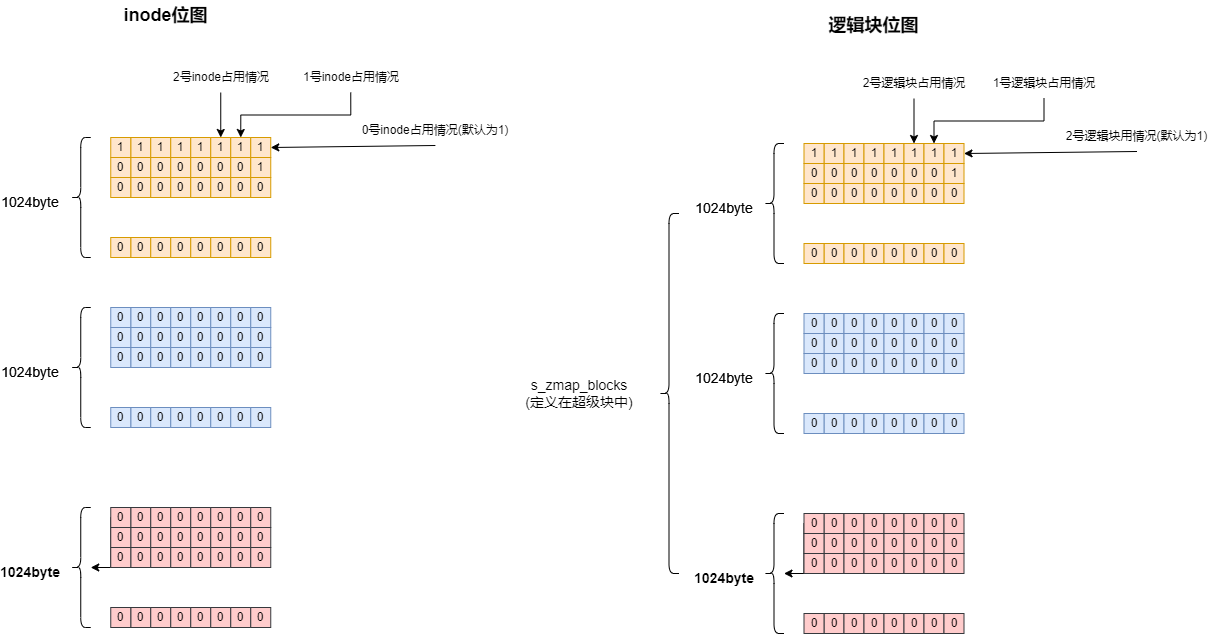
zgjsxx/static-img-repo keeps this draw.io diagram as blog/Linux/Linux-0.11-fs/inode_map.drawio.png. Above is the earlier version. Source tidied: cells renumbered, new cells last; positions are measured from the earlier drawing's top-left corner, leaving out a move shared by most shapes.
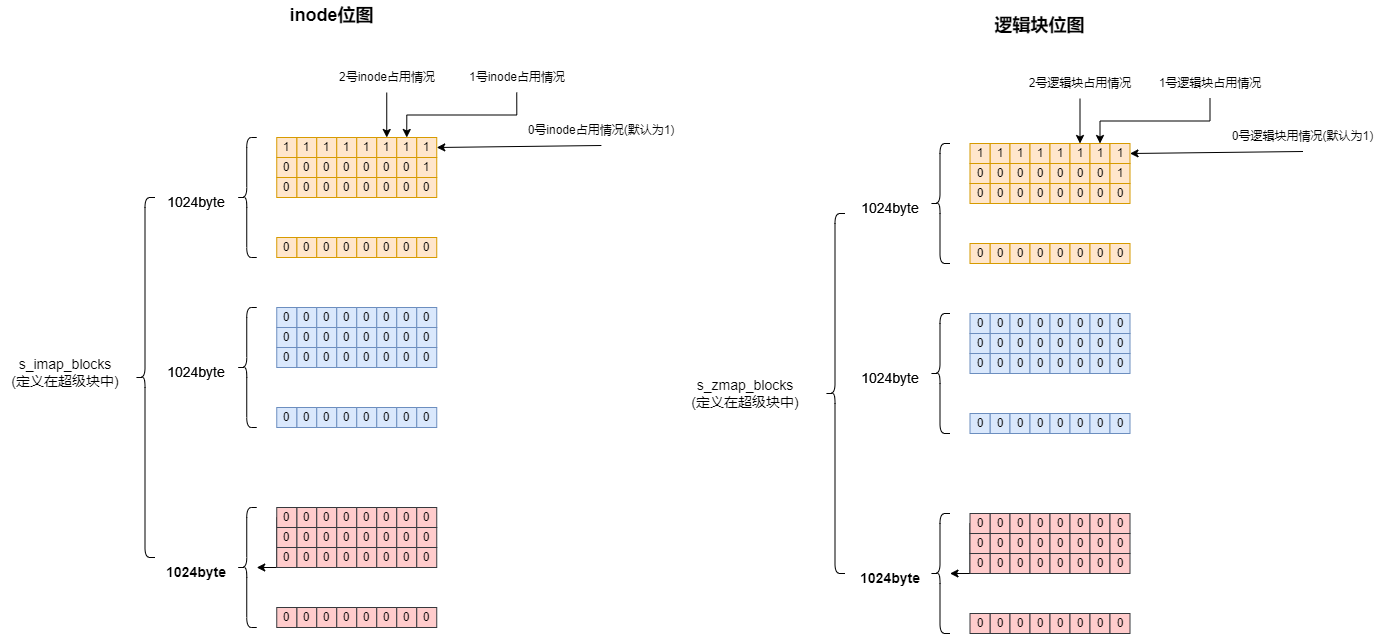
The same diagram one commit later.

What changed in the source:
```diff
@@ -104,9 +104,9 @@
     <mxCell id="35" value="0" style="rounded=0;whiteSpace=wrap;html=1;fillColor=#ffe6cc;strokeColor=#d79b00;" parent="1" vertex="1">
       <mxGeometry x="110.2" y="237" width="20" height="20" as="geometry" />
     </mxCell>
-    <mxCell id="36" value="1024byte" style="text;strokeColor=none;align=center;fillColor=none;html=1;verticalAlign=middle;whiteSpace=wrap;rounded=0;fontSize=14;" parent="1" vertex="1">
-      <mxGeometry x="0.2" y="187" width="60" height="30" as="geometry" />
-    </mxCell>
+    <mxCell id="228" value="1024byte" style="text;strokeColor=none;align=center;fillColor=none;html=1;verticalAlign=middle;whiteSpace=wrap;rounded=0;fontSize=14;" parent="1" vertex="1">
+      <mxGeometry x="0.2" y="187" width="60" height="30" as="geometry" />
+    </mxCell>
     <mxCell id="37" value="0" style="rounded=0;whiteSpace=wrap;html=1;fillColor=#dae8fc;strokeColor=#6c8ebf;" parent="1" vertex="1">
       <mxGeometry x="130.2" y="307" width="20" height="20" as="geometry" />
     </mxCell>
@@ -206,9 +206,9 @@
     <mxCell id="69" value="0" style="rounded=0;whiteSpace=wrap;html=1;fillColor=#dae8fc;strokeColor=#6c8ebf;" parent="1" vertex="1">
       <mxGeometry x="110.2" y="407" width="20" height="20" as="geometry" />
     </mxCell>
-    <mxCell id="70" value="1024byte" style="text;strokeColor=none;align=center;fillColor=none;html=1;verticalAlign=middle;whiteSpace=wrap;rounded=0;fontSize=14;" parent="1" vertex="1">
-      <mxGeometry x="0.2" y="357" width="60" height="30" as="geometry" />
-    </mxCell>
+    <mxCell id="229" value="1024byte" style="text;strokeColor=none;align=center;fillColor=none;html=1;verticalAlign=middle;whiteSpace=wrap;rounded=0;fontSize=14;" parent="1" vertex="1">
+      <mxGeometry x="0.2" y="357" width="60" height="30" as="geometry" />
+    </mxCell>
     <mxCell id="71" style="edgeStyle=orthogonalEdgeStyle;rounded=0;jettySize=auto;html=1;fontSize=14;" parent="1" edge="1" source="72" target="96">
       <mxGeometry relative="1" as="geometry" />
     </mxCell>
@@ -317,12 +317,12 @@
     <mxCell id="106" value="&lt;b&gt;&lt;font style=&quot;font-size: 18px;&quot;&gt;inode位图&lt;/font&gt;&lt;/b&gt;" style="text;strokeColor=none;align=center;fillColor=none;html=1;verticalAlign=middle;whiteSpace=wrap;rounded=0;fontSize=14;" parent="1" vertex="1">
       <mxGeometry x="70.2" width="191" height="30" as="geometry" />
     </mxCell>
-    <mxCell id="107" value="1024byte" style="text;strokeColor=none;align=center;fillColor=none;html=1;verticalAlign=middle;whiteSpace=wrap;rounded=0;fontSize=14;" parent="1" vertex="1">
-      <mxGeometry x="0.2" y="357" width="60" height="30" as="geometry" />
-    </mxCell>
-    <mxCell id="108" value="1024byte" style="text;strokeColor=none;align=center;fillColor=none;html=1;verticalAlign=middle;whiteSpace=wrap;rounded=0;fontSize=14;" parent="1" vertex="1">
-      <mxGeometry x="0.2" y="187" width="60" height="30" as="geometry" />
-    </mxCell>
+    <mxCell id="230" value="1024byte" style="text;strokeColor=none;align=center;fillColor=none;html=1;verticalAlign=middle;whiteSpace=wrap;rounded=0;fontSize=14;" parent="1" vertex="1">
+      <mxGeometry x="0.2" y="357" width="60" height="30" as="geometry" />
+    </mxCell>
+    <mxCell id="231" value="1024byte" style="text;strokeColor=none;align=center;fillColor=none;html=1;verticalAlign=middle;whiteSpace=wrap;rounded=0;fontSize=14;" parent="1" vertex="1">
+      <mxGeometry x="0.2" y="187" width="60" height="30" as="geometry" />
+    </mxCell>
     <mxCell id="109" value="0号inode占用情况(默认为1)" style="text;strokeColor=none;align=center;fillColor=none;html=1;verticalAlign=middle;whiteSpace=wrap;rounded=0;" parent="1" vertex="1">
       <mxGeometry x="355.8" y="115" width="158.2" height="30" as="geometry" />
     </mxCell>
@@ -440,9 +440,9 @@
     <mxCell id="147" value="0" style="rounded=0;whiteSpace=wrap;html=1;fillColor=#ffe6cc;strokeColor=#d79b00;" parent="1" vertex="1">
       <mxGeometry x="803.5" y="243" width="20" height="20" as="geometry" />
     </mxCell>
-    <mxCell id="148" value="1024byte" style="text;strokeColor=none;align=center;fillColor=none;html=1;verticalAlign=middle;whiteSpace=wrap;rounded=0;fontSize=14;" parent="1" vertex="1">
-      <mxGeometry x="693.5" y="193" width="60" height="30" as="geometry" />
-    </mxCell>
+    <mxCell id="232" value="1024byte" style="text;strokeColor=none;align=center;fillColor=none;html=1;verticalAlign=middle;whiteSpace=wrap;rounded=0;fontSize=14;" parent="1" vertex="1">
+      <mxGeometry x="693.5" y="193" width="60" height="30" as="geometry" />
+    </mxCell>
     <mxCell id="149" value="0" style="rounded=0;whiteSpace=wrap;html=1;fillColor=#dae8fc;strokeColor=#6c8ebf;" parent="1" vertex="1">
       <mxGeometry x="823.5" y="313" width="20" height="20" as="geometry" />
     </mxCell>
@@ -542,9 +542,9 @@
     <mxCell id="181" value="0" style="rounded=0;whiteSpace=wrap;html=1;fillColor=#dae8fc;strokeColor=#6c8ebf;" parent="1" vertex="1">
       <mxGeometry x="803.5" y="413" width="20" height="20" as="geometry" />
     </mxCell>
-    <mxCell id="182" value="1024byte" style="text;strokeColor=none;align=center;fillColor=none;html=1;verticalAlign=middle;whiteSpace=wrap;rounded=0;fontSize=14;" parent="1" vertex="1">
-      <mxGeometry x="693.5" y="363" width="60" height="30" as="geometry" />
-    </mxCell>
+    <mxCell id="233" value="1024byte" style="text;strokeColor=none;align=center;fillColor=none;html=1;verticalAlign=middle;whiteSpace=wrap;rounded=0;fontSize=14;" parent="1" vertex="1">
+      <mxGeometry x="693.5" y="363" width="60" height="30" as="geometry" />
+    </mxCell>
     <mxCell id="183" style="edgeStyle=orthogonalEdgeStyle;rounded=0;jettySize=auto;html=1;fontSize=14;" parent="1" edge="1" source="184" target="208">
       <mxGeometry relative="1" as="geometry" />
     </mxCell>
@@ -653,24 +653,24 @@
     <mxCell id="218" style="shape=curlyBracket;whiteSpace=wrap;html=1;rounded=1;labelPosition=left;verticalLabelPosition=middle;align=right;verticalAlign=middle;fontSize=14;" parent="1" vertex="1">
       <mxGeometry x="658.5" y="213" width="20" height="360" as="geometry" />
     </mxCell>
-    <mxCell id="219" value="1024byte" style="text;strokeColor=none;align=center;fillColor=none;html=1;verticalAlign=middle;whiteSpace=wrap;rounded=0;fontSize=14;" parent="1" vertex="1">
-      <mxGeometry x="693.5" y="363" width="60" height="30" as="geometry" />
-    </mxCell>
-    <mxCell id="220" value="1024byte" style="text;strokeColor=none;align=center;fillColor=none;html=1;verticalAlign=middle;whiteSpace=wrap;rounded=0;fontSize=14;" parent="1" vertex="1">
-      <mxGeometry x="693.5" y="193" width="60" height="30" as="geometry" />
-    </mxCell>
-    <mxCell id="221" value="2号逻辑块用情况(默认为1)" style="text;strokeColor=none;align=center;fillColor=none;html=1;verticalAlign=middle;whiteSpace=wrap;rounded=0;" parent="1" vertex="1">
-      <mxGeometry x="1049" y="121" width="175" height="30" as="geometry" />
-    </mxCell>
+    <mxCell id="234" value="1024byte" style="text;strokeColor=none;align=center;fillColor=none;html=1;verticalAlign=middle;whiteSpace=wrap;rounded=0;fontSize=14;" parent="1" vertex="1">
+      <mxGeometry x="693.5" y="363" width="60" height="30" as="geometry" />
+    </mxCell>
+    <mxCell id="235" value="1024byte" style="text;strokeColor=none;align=center;fillColor=none;html=1;verticalAlign=middle;whiteSpace=wrap;rounded=0;fontSize=14;" parent="1" vertex="1">
+      <mxGeometry x="693.5" y="193" width="60" height="30" as="geometry" />
+    </mxCell>
+    <mxCell id="236" value="0号逻辑块用情况(默认为1)" style="text;strokeColor=none;align=center;fillColor=none;html=1;verticalAlign=middle;whiteSpace=wrap;rounded=0;" parent="1" vertex="1">
+      <mxGeometry x="1049" y="121" width="175" height="30" as="geometry" />
+    </mxCell>
     <mxCell id="222" style="edgeStyle=orthogonalEdgeStyle;rounded=0;jettySize=auto;html=1;exitX=0.5;exitY=1;exitDx=0;exitDy=0;entryX=0.5;entryY=0;entryDx=0;entryDy=0;" parent="1" edge="1" source="223" target="120">
       <mxGeometry relative="1" as="geometry" />
     </mxCell>
     <mxCell id="223" value="1号逻辑块占用情况" style="text;strokeColor=none;align=center;fillColor=none;html=1;verticalAlign=middle;whiteSpace=wrap;rounded=0;" parent="1" vertex="1">
       <mxGeometry x="990.8" y="68" width="105.5" height="30" as="geometry" />
     </mxCell>
-    <mxCell id="224" style="endArrow=classic;html=1;rounded=0;exitX=0.5;exitY=1;exitDx=0;exitDy=0;entryX=1;entryY=0.5;entryDx=0;entryDy=0;" parent="1" edge="1" source="221" target="121">
-      <mxGeometry relative="1" as="geometry" />
-    </mxCell>
+    <mxCell id="237" style="endArrow=classic;html=1;rounded=0;exitX=0.5;exitY=1;exitDx=0;exitDy=0;entryX=1;entryY=0.5;entryDx=0;entryDy=0;" parent="1" edge="1" source="236" target="121">
+      <mxGeometry relative="1" as="geometry" />
+    </mxCell>
     <mxCell id="225" value="2号逻辑块占用情况" style="text;strokeColor=none;align=center;fillColor=none;html=1;verticalAlign=middle;whiteSpace=wrap;rounded=0;" parent="1" vertex="1">
       <mxGeometry x="860.8" y="68" width="105.5" height="30" as="geometry" />
     </mxCell>
@@ -680,5 +680,11 @@
     <mxCell id="227" value="&lt;b&gt;&lt;font style=&quot;font-size: 18px;&quot;&gt;逻辑块位图&lt;/font&gt;&lt;/b&gt;" style="text;strokeColor=none;align=center;fillColor=none;html=1;verticalAlign=middle;whiteSpace=wrap;rounded=0;fontSize=14;" parent="1" vertex="1">
       <mxGeometry x="778" y="10" width="191" height="30" as="geometry" />
     </mxCell>
+    <mxCell id="238" style="shape=curlyBracket;whiteSpace=wrap;html=1;rounded=1;labelPosition=left;verticalLabelPosition=middle;align=right;verticalAlign=middle;fontSize=14;" parent="1" vertex="1">
+      <mxGeometry x="-31.5" y="197" width="20" height="360" as="geometry" />
+    </mxCell>
+    <mxCell id="239" value="s_imap_blocks&lt;br&gt;(定义在超级块中)" style="text;strokeColor=none;align=center;fillColor=none;html=1;verticalAlign=middle;whiteSpace=wrap;rounded=0;fontSize=14;" parent="1" vertex="1">
+      <mxGeometry x="-166" y="357" width="130" height="30" as="geometry" />
+    </mxCell>
   </root>
 </mxGraphModel>
```
